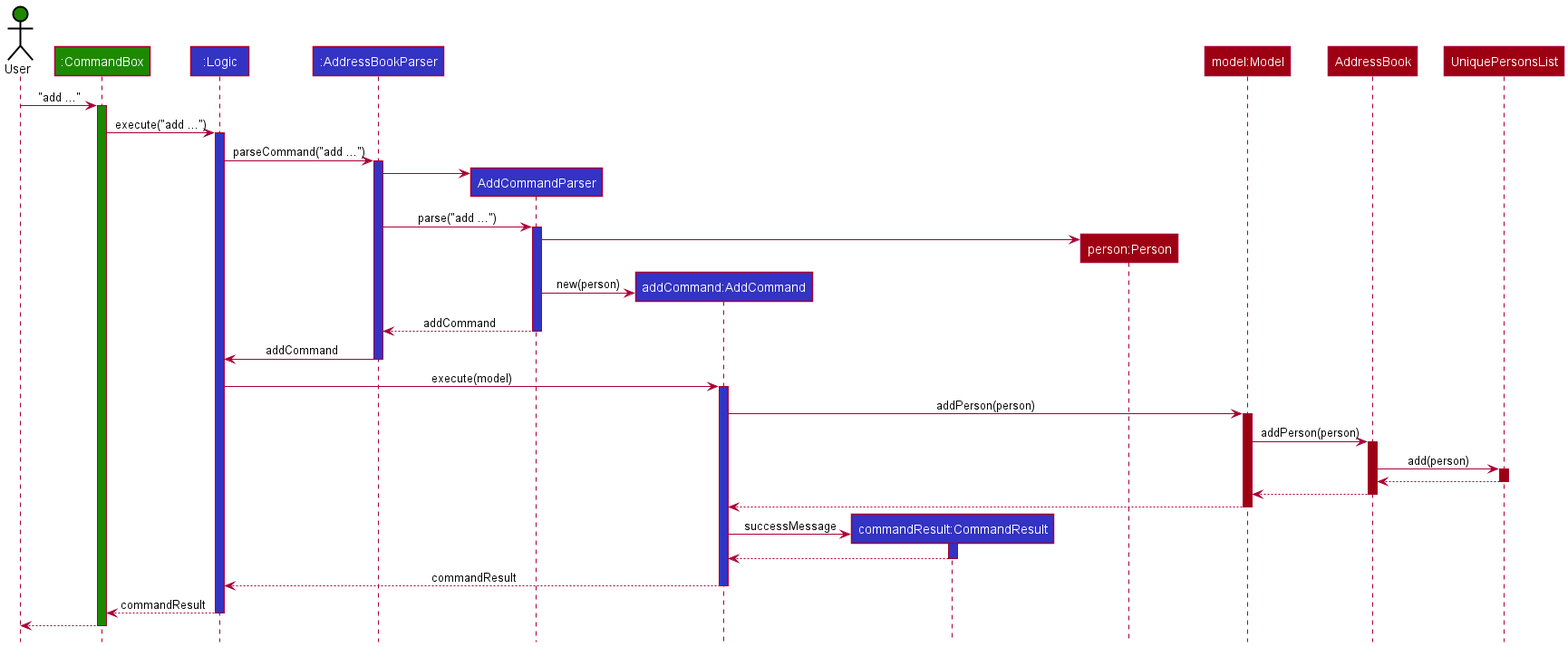
Earlier version of the PlantUML export docs/images/AddCommandSequenceDiagram.png (nus-cs2103-AY2122S1/tp).
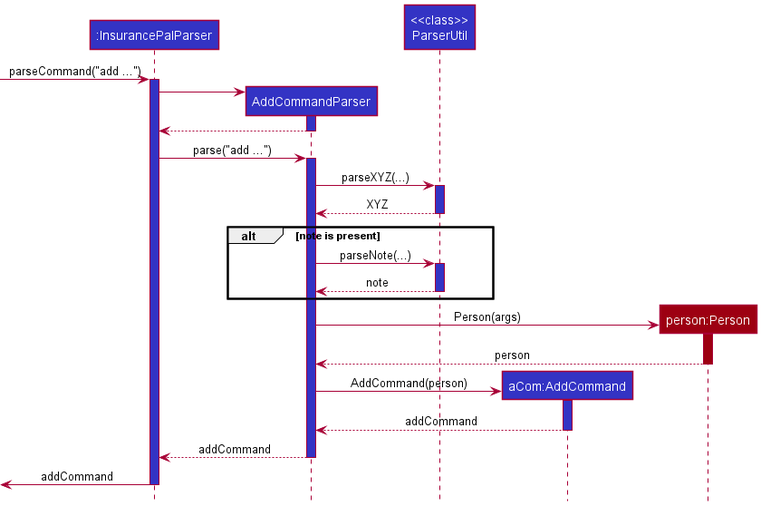
Later version of the same file.

What changed in the source:
```diff
@@ -1,56 +1,39 @@
 @startuml
 !include style.puml
 
-Actor User UI_COLOR
-Participant ":CommandBox" as CommandBox UI_COLOR
-Participant ":Logic" as Logic LOGIC_COLOR
-Participant ":AddressBookParser" as AddressBookParser LOGIC_COLOR
+Participant ":InsurancePalParser" as InsurancePalParser LOGIC_COLOR
 Participant AddCommandParser LOGIC_COLOR
-Participant "addCommand:AddCommand" as AddCommand LOGIC_COLOR
-Participant "commandResult:CommandResult" as CommandResult LOGIC_COLOR
+Participant "<<class>>\nParserUtil" as ParserUtil LOGIC_COLOR
+Participant "aCom:AddCommand" as AddCommand LOGIC_COLOR
 Participant "person:Person" as Person MODEL_COLOR
-Participant "model:Model" as Model MODEL_COLOR
-Participant AddressBook MODEL_COLOR
-Participant UniquePersonsList MODEL_COLOR
 
-
-User -> CommandBox : "add ..."
-activate CommandBox UI_COLOR
-CommandBox -> Logic : execute("add ...")
-activate Logic LOGIC_COLOR
-Logic -> AddressBookParser : parseCommand("add ...")
-activate AddressBookParser LOGIC_COLOR
+ -> InsurancePalParser : parseCommand("add ...")
+activate InsurancePalParser LOGIC_COLOR
 create AddCommandParser
-AddressBookParser -> AddCommandParser
-AddressBookParser -> AddCommandParser : parse("add ...")
+InsurancePalParser -> AddCommandParser
 activate AddCommandParser LOGIC_COLOR
+return
+InsurancePalParser -> AddCommandParser : parse("add ...")
+activate AddCommandParser LOGIC_COLOR
+AddCommandParser -> ParserUtil : parseXYZ(...)
+activate ParserUtil LOGIC_COLOR
+return XYZ
+alt note is present
+    AddCommandParser -> ParserUtil : parseNote(...)
+    activate ParserUtil LOGIC_COLOR
+    return note
+end alt
 create Person
-AddCommandParser -> Person
+AddCommandParser -> Person : Person(args)
+activate Person MODEL_COLOR
+return person
 create AddCommand
-AddCommandParser -> AddCommand : new(person)
+AddCommandParser -> AddCommand : AddCommand(person)
+activate AddCommand LOGIC_COLOR
+return addCommand
 return addCommand
 deactivate AddCommandParser
-Logic <- AddressBookParser : addCommand
-deactivate AddressBookParser
+<- InsurancePalParser : addCommand
+deactivate InsurancePalParser
 
-Logic -> AddCommand: execute(model)
-activate AddCommand LOGIC_COLOR
-AddCommand -> Model : addPerson(person)
-activate Model MODEL_COLOR
-Model -> AddressBook : addPerson(person)
-activate AddressBook MODEL_COLOR
-AddressBook -> UniquePersonsList : add(person)
-activate UniquePersonsList MODEL_COLOR
-return
-return
-return
-create CommandResult
-AddCommand -> CommandResult : successMessage
-activate CommandResult LOGIC_COLOR
-return
-return commandResult
-Logic --> CommandBox : commandResult
-deactivate Logic
-CommandBox --> User
-deactivate CommandBox
 @enduml
```
